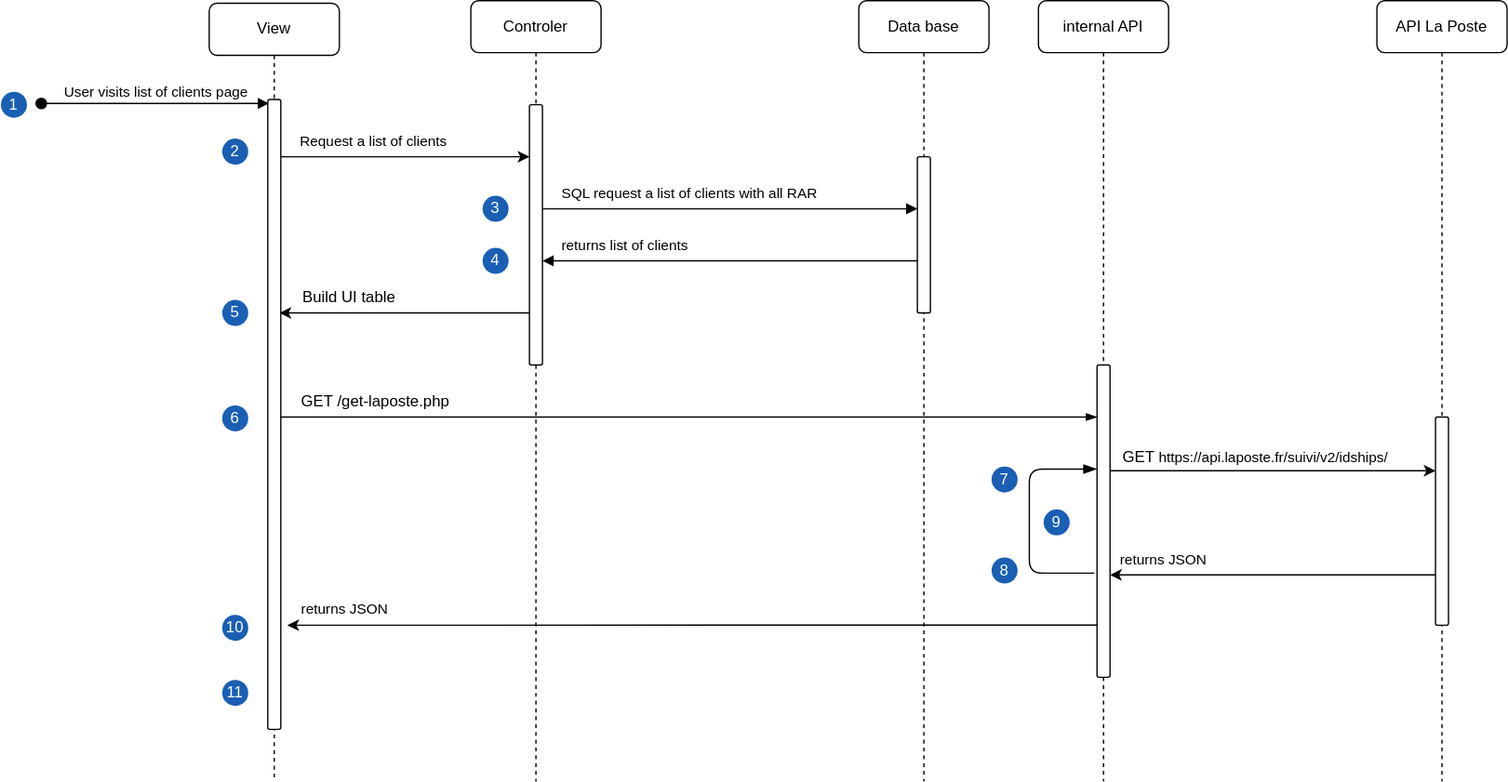
Earlier version of the draw.io export src/IMG/DIAGRAM-SEQUENCE-LAPOSTE_API.svg (Remi-Lerolle/Pages-perso). Source tidied: cells renumbered, new cells last; positions are measured from the earlier drawing's top-left corner, leaving out a move shared by most shapes.
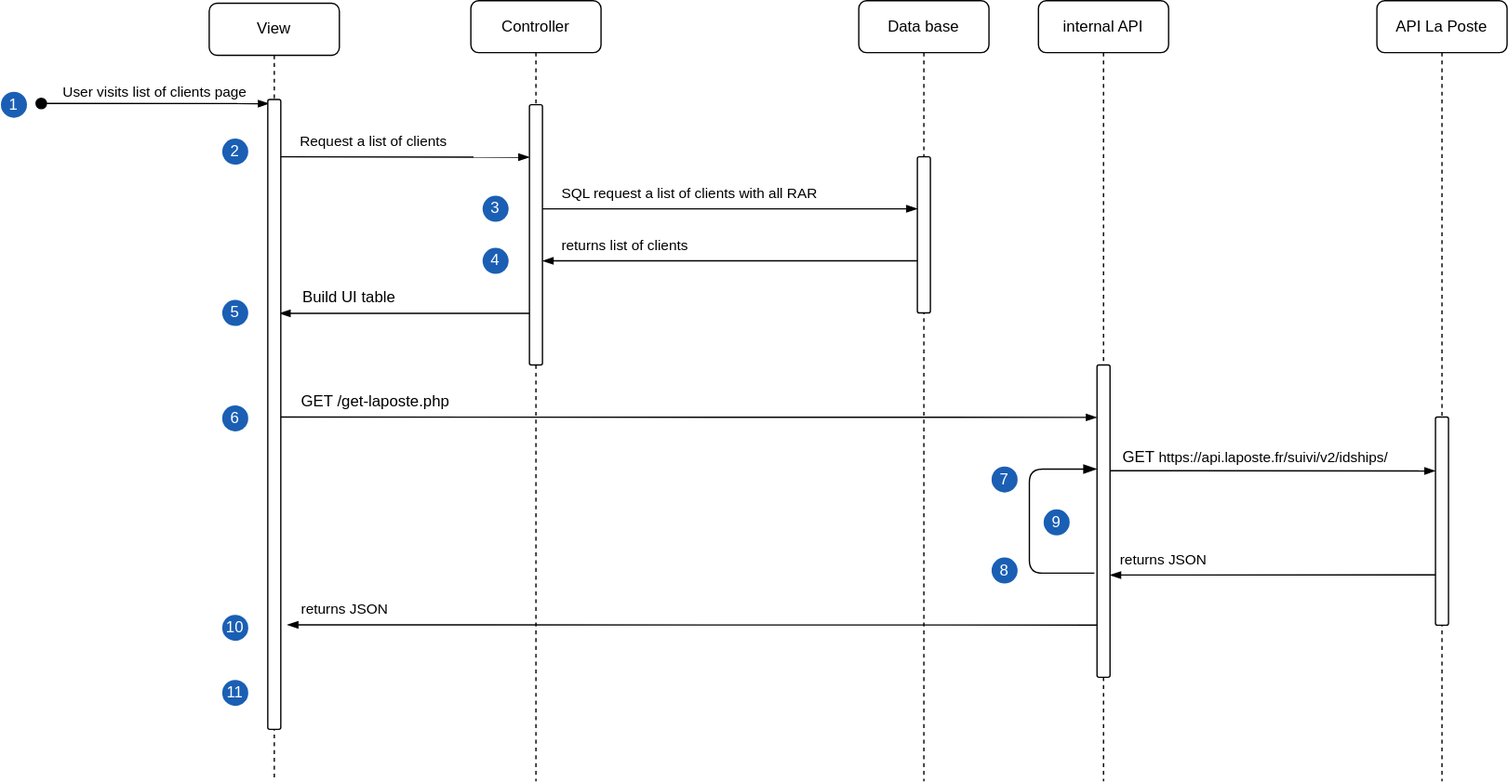
After the change.

Commit message:
Fix typo in diagram #19

Diff of the diagram source:
```diff
@@ -2,13 +2,13 @@
   <root>
     <mxCell id="0" />
     <mxCell id="1" parent="0" />
-    <mxCell id="2" value="Controler" style="shape=umlLifeline;perimeter=lifelinePerimeter;whiteSpace=wrap;html=1;newEdgeStyle={&quot;edgeStyle&quot;:&quot;elbowEdgeStyle&quot;,&quot;elbow&quot;:&quot;vertical&quot;,&quot;curved&quot;:0,&quot;rounded&quot;:0};labelBackgroundColor=none;rounded=1;" parent="1" vertex="1">
+    <mxCell id="2" value="Controller" style="shape=umlLifeline;perimeter=lifelinePerimeter;whiteSpace=wrap;html=1;newEdgeStyle={&quot;edgeStyle&quot;:&quot;elbowEdgeStyle&quot;,&quot;elbow&quot;:&quot;vertical&quot;,&quot;curved&quot;:0,&quot;rounded&quot;:0};labelBackgroundColor=none;rounded=1;" parent="1" vertex="1">
       <mxGeometry x="361" width="100" height="600" as="geometry" />
     </mxCell>
     <mxCell id="3" style="html=1;points=[];perimeter=orthogonalPerimeter;outlineConnect=0;targetShapes=umlLifeline;portConstraint=eastwest;newEdgeStyle={&quot;edgeStyle&quot;:&quot;elbowEdgeStyle&quot;,&quot;elbow&quot;:&quot;vertical&quot;,&quot;curved&quot;:0,&quot;rounded&quot;:0};labelBackgroundColor=none;rounded=1;" parent="2" vertex="1">
       <mxGeometry x="45" y="80" width="10" height="200" as="geometry" />
     </mxCell>
-    <mxCell id="4" value="User visits list of clients page" style="html=1;verticalAlign=bottom;startArrow=oval;endArrow=block;startSize=8;edgeStyle=elbowEdgeStyle;elbow=vertical;curved=0;rounded=1;labelBackgroundColor=none;fontColor=default;" parent="2" edge="1">
+    <mxCell id="4" value="User visits list of clients page" style="html=1;verticalAlign=bottom;startArrow=oval;endArrow=blockThin;startSize=8;edgeStyle=elbowEdgeStyle;elbow=vertical;curved=0;rounded=1;labelBackgroundColor=none;fontColor=default;endFill=1;" parent="2" edge="1">
       <mxGeometry relative="1" as="geometry">
         <mxPoint x="-330" y="79" as="sourcePoint" />
         <mxPoint x="-155" y="79.1" as="targetPoint" />
@@ -20,7 +20,7 @@
     <mxCell id="6" style="html=1;perimeter=orthogonalPerimeter;targetShapes=umlLifeline;newEdgeStyle={&quot;edgeStyle&quot;:&quot;elbowEdgeStyle&quot;,&quot;elbow&quot;:&quot;vertical&quot;,&quot;curved&quot;:0,&quot;rounded&quot;:0};labelBackgroundColor=none;rounded=1;" parent="5" vertex="1">
       <mxGeometry x="45" y="120" width="10" height="120" as="geometry" />
     </mxCell>
-    <mxCell id="7" style="html=1;verticalAlign=bottom;endArrow=block;edgeStyle=elbowEdgeStyle;elbow=vertical;curved=0;rounded=1;labelBackgroundColor=none;fontColor=default;" parent="1" edge="1">
+    <mxCell id="7" style="html=1;verticalAlign=bottom;endArrow=blockThin;edgeStyle=elbowEdgeStyle;elbow=vertical;curved=0;rounded=1;labelBackgroundColor=none;fontColor=default;endFill=1;" parent="1" edge="1">
       <mxGeometry relative="1" as="geometry">
         <mxPoint x="416" y="160" as="sourcePoint" />
         <mxPoint x="704" y="160" as="targetPoint" />
@@ -29,7 +29,7 @@
         </Array>
       </mxGeometry>
     </mxCell>
-    <mxCell id="8" style="html=1;verticalAlign=bottom;endArrow=block;edgeStyle=elbowEdgeStyle;elbow=vertical;curved=0;rounded=1;labelBackgroundColor=none;fontColor=default;" parent="1" edge="1">
+    <mxCell id="8" style="html=1;verticalAlign=bottom;endArrow=blockThin;edgeStyle=elbowEdgeStyle;elbow=vertical;curved=0;rounded=1;labelBackgroundColor=none;fontColor=default;endFill=1;" parent="1" edge="1">
       <mxGeometry relative="1" as="geometry">
         <mxPoint x="704" y="200" as="sourcePoint" />
         <mxPoint x="416" y="200" as="targetPoint" />
@@ -53,7 +53,7 @@
     <mxCell id="13" value="&lt;font style=&quot;font-size: 11px;&quot;&gt;returns JSON &lt;br&gt;&lt;/font&gt;" style="text;html=1;align=left;verticalAlign=middle;labelBackgroundColor=none;rounded=1;" parent="1" vertex="1">
       <mxGeometry x="858" y="415" width="90" height="30" as="geometry" />
     </mxCell>
-    <mxCell id="14" style="edgeStyle=elbowEdgeStyle;rounded=1;jettySize=auto;html=1;elbow=vertical;curved=0;labelBackgroundColor=none;fontColor=default;" parent="1" edge="1" source="3">
+    <mxCell id="14" style="edgeStyle=elbowEdgeStyle;rounded=1;jettySize=auto;html=1;elbow=vertical;curved=0;labelBackgroundColor=none;fontColor=default;endArrow=blockThin;endFill=1;" parent="1" edge="1" source="3">
       <mxGeometry relative="1" as="geometry">
         <mxPoint x="214" y="240" as="targetPoint" />
       </mxGeometry>
@@ -73,12 +73,12 @@
     <mxCell id="19" value="GET /get-laposte.php" style="text;html=1;align=left;verticalAlign=middle;labelBackgroundColor=none;rounded=1;" parent="1" vertex="1">
       <mxGeometry x="229" y="293" width="140" height="30" as="geometry" />
     </mxCell>
-    <mxCell id="20" style="edgeStyle=elbowEdgeStyle;rounded=1;jettySize=auto;html=1;elbow=vertical;curved=0;labelBackgroundColor=none;fontColor=default;" parent="1" edge="1" target="10">
+    <mxCell id="20" style="edgeStyle=elbowEdgeStyle;rounded=1;jettySize=auto;html=1;elbow=vertical;curved=0;labelBackgroundColor=none;fontColor=default;endArrow=blockThin;endFill=1;strokeColor=default;align=center;verticalAlign=middle;fontFamily=Helvetica;fontSize=11;" parent="1" edge="1" target="10">
       <mxGeometry relative="1" as="geometry">
         <mxPoint x="852" y="361.3" as="sourcePoint" />
       </mxGeometry>
     </mxCell>
-    <mxCell id="21" style="edgeStyle=elbowEdgeStyle;rounded=1;orthogonalLoop=1;jettySize=auto;html=1;elbow=vertical;curved=0;labelBackgroundColor=none;fontColor=default;" parent="1" edge="1">
+    <mxCell id="21" style="edgeStyle=elbowEdgeStyle;rounded=1;orthogonalLoop=1;jettySize=auto;html=1;elbow=vertical;curved=0;labelBackgroundColor=none;fontColor=default;strokeColor=default;align=center;verticalAlign=middle;fontFamily=Helvetica;fontSize=11;endArrow=blockThin;endFill=1;" parent="1" edge="1">
       <mxGeometry relative="1" as="geometry">
         <mxPoint x="1102" y="441.3" as="sourcePoint" />
         <mxPoint x="852" y="441.3" as="targetPoint" />
@@ -96,7 +96,7 @@
         <mxPoint x="842" y="320" as="targetPoint" />
       </mxGeometry>
     </mxCell>
-    <mxCell id="25" style="edgeStyle=elbowEdgeStyle;rounded=1;orthogonalLoop=1;jettySize=auto;html=1;elbow=vertical;curved=0;labelBackgroundColor=none;fontColor=default;" parent="1" edge="1">
+    <mxCell id="25" style="edgeStyle=elbowEdgeStyle;rounded=1;orthogonalLoop=1;jettySize=auto;html=1;elbow=vertical;curved=0;labelBackgroundColor=none;fontColor=default;endArrow=blockThin;endFill=1;" parent="1" edge="1">
       <mxGeometry relative="1" as="geometry">
         <mxPoint x="215" y="120" as="sourcePoint" />
         <mxPoint x="406" y="120" as="targetPoint" />
@@ -108,13 +108,13 @@
     <mxCell id="27" value="Request a list of clients" style="text;align=left;verticalAlign=middle;strokeColor=none;fillColor=none;labelBackgroundColor=none;rounded=0;arcSize=0;fontSize=11;imageAspect=0;" parent="1" vertex="1">
       <mxGeometry x="228" y="93" width="182" height="30" as="geometry" />
     </mxCell>
-    <mxCell id="28" style="edgeStyle=elbowEdgeStyle;rounded=1;orthogonalLoop=1;jettySize=auto;html=1;elbow=vertical;curved=0;labelBackgroundColor=none;fontColor=default;" parent="1" edge="1">
+    <mxCell id="28" style="edgeStyle=elbowEdgeStyle;rounded=1;orthogonalLoop=1;jettySize=auto;html=1;elbow=vertical;curved=0;labelBackgroundColor=none;fontColor=default;endArrow=blockThin;endFill=1;" parent="1" edge="1">
       <mxGeometry relative="1" as="geometry">
         <mxPoint x="842" y="479.9" as="sourcePoint" />
         <mxPoint x="220" y="480" as="targetPoint" />
       </mxGeometry>
     </mxCell>
-    <mxCell id="29" style="edgeStyle=segmentEdgeStyle;endArrow=blockThin;html=1;curved=0;rounded=1;endSize=8;startSize=8;labelBackgroundColor=none;fontColor=default;endFill=1;" parent="1" edge="1" target="18">
+    <mxCell id="29" style="edgeStyle=segmentEdgeStyle;endArrow=blockThin;html=1;curved=0;rounded=1;endSize=8;startSize=8;labelBackgroundColor=none;fontColor=default;endFill=1;strokeColor=default;align=center;verticalAlign=middle;fontFamily=Helvetica;fontSize=11;elbow=vertical;" parent="1" edge="1" target="18">
       <mxGeometry relative="1" as="geometry">
         <mxPoint x="840" y="440" as="sourcePoint" />
         <Array as="points">
```
